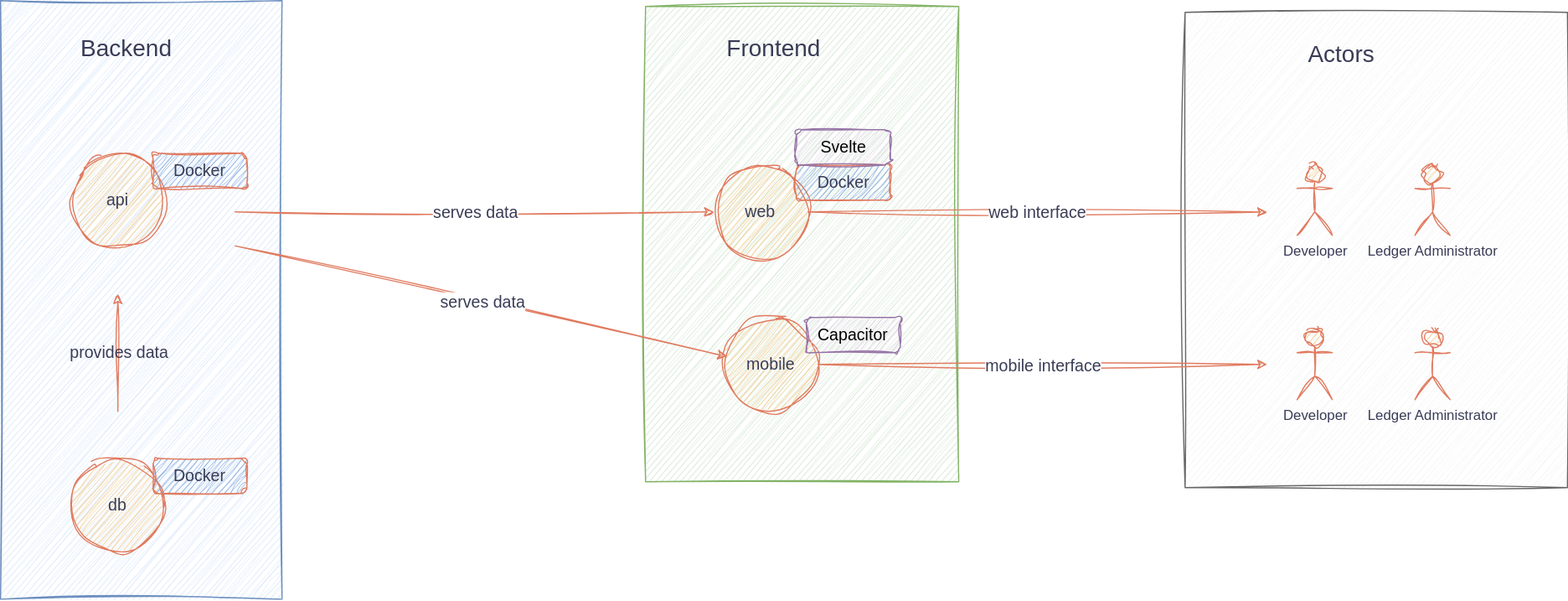
Earlier version of the draw.io export diagrams/Local.svg (bellanov/the-private-ledger). Source tidied: cells renumbered, new cells last; positions are measured from the earlier drawing's top-left corner, leaving out a move shared by most shapes.
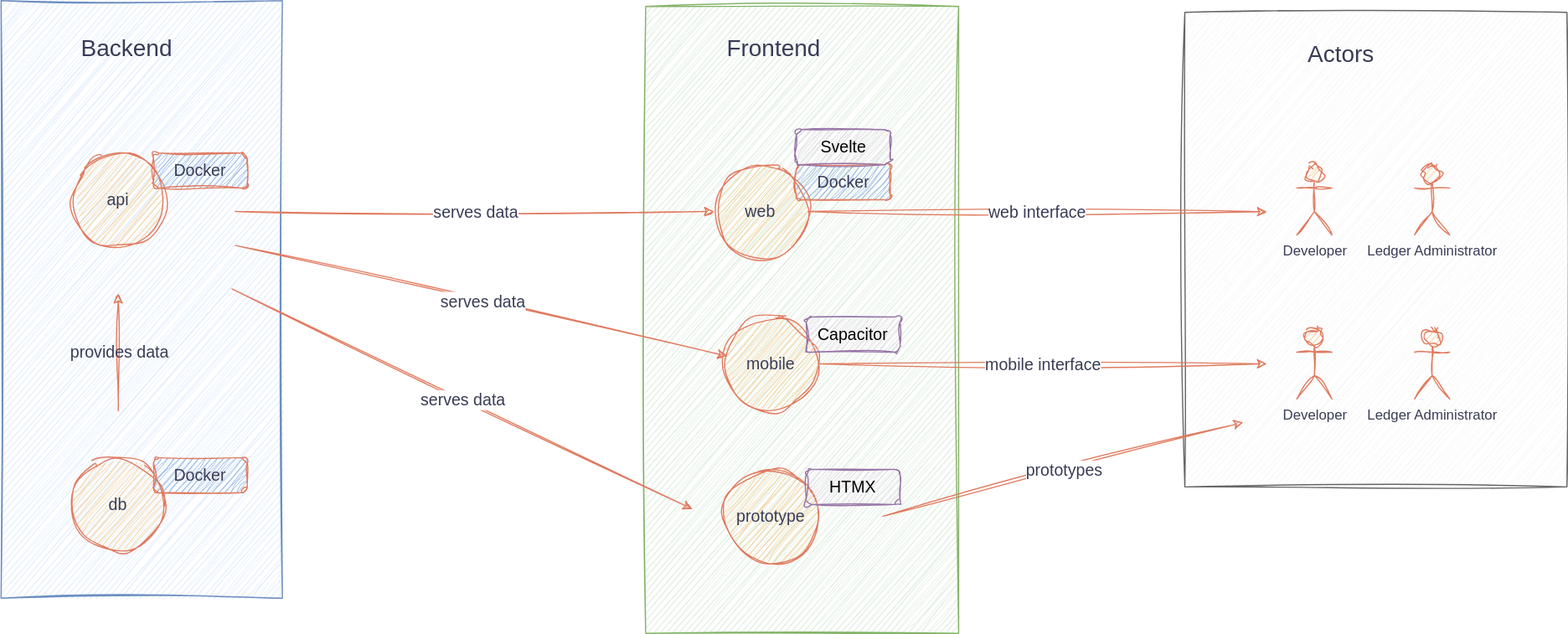
After the change.

What changed in the source:
```diff
@@ -9,7 +9,7 @@
       <mxGeometry width="240" height="510" as="geometry" />
     </mxCell>
     <mxCell id="4" style="rounded=0;whiteSpace=wrap;html=1;sketch=1;hachureGap=4;jiggle=2;curveFitting=1;strokeColor=#82b366;fontFamily=Helvetica;fillColor=#d5e8d4;" parent="1" vertex="1">
-      <mxGeometry x="550" y="5" width="267" height="405" as="geometry" />
+      <mxGeometry x="550" y="5" width="267" height="535" as="geometry" />
     </mxCell>
     <mxCell id="5" style="group;fontSize=12;labelBackgroundColor=none;fontColor=#393C56;fontFamily=Helvetica;" parent="1" vertex="1">
       <mxGeometry x="60" y="130" width="150" height="80" as="geometry" />
@@ -113,5 +113,30 @@
     <mxCell id="35" value="Svelte" style="rounded=1;whiteSpace=wrap;html=1;sketch=1;hachureGap=4;jiggle=2;curveFitting=1;fontFamily=Helvetica;fontSize=14;labelBackgroundColor=none;fillColor=#e1d5e7;strokeColor=#9673a6;" parent="31" vertex="1">
       <mxGeometry x="70" width="80" height="30" as="geometry" />
     </mxCell>
+    <mxCell id="36" style="group;fontSize=12;labelBackgroundColor=none;fontColor=#393C56;fontFamily=Helvetica;" parent="1" vertex="1">
+      <mxGeometry x="617" y="400" width="150" height="80" as="geometry" />
+    </mxCell>
+    <mxCell id="37" value="prototype" style="ellipse;whiteSpace=wrap;html=1;sketch=1;hachureGap=4;jiggle=2;curveFitting=1;fontFamily=Helvetica;fontSize=14;labelBackgroundColor=none;fillColor=#F2CC8F;strokeColor=#E07A5F;fontColor=#393C56;" parent="36" vertex="1">
+      <mxGeometry width="80" height="80" as="geometry" />
+    </mxCell>
+    <mxCell id="38" value="HTMX" style="rounded=1;whiteSpace=wrap;html=1;sketch=1;hachureGap=4;jiggle=2;curveFitting=1;fontFamily=Helvetica;fontSize=14;labelBackgroundColor=none;fillColor=#e1d5e7;strokeColor=#9673a6;" parent="36" vertex="1">
+      <mxGeometry x="70" width="80" height="30" as="geometry" />
+    </mxCell>
+    <mxCell id="39" style="endArrow=classic;html=1;rounded=0;sketch=1;hachureGap=4;jiggle=2;curveFitting=1;fontFamily=Helvetica;labelBackgroundColor=none;strokeColor=#E07A5F;fontColor=default;entryX=0.15;entryY=0.802;entryDx=0;entryDy=0;entryPerimeter=0;" parent="1" edge="1" target="4">
+      <mxGeometry relative="1" as="geometry">
+        <mxPoint x="197" y="246" as="sourcePoint" />
+      </mxGeometry>
+    </mxCell>
+    <mxCell id="40" value="serves data" style="edgeLabel;html=1;align=center;verticalAlign=middle;sketch=1;hachureGap=4;jiggle=2;curveFitting=1;fontFamily=Helvetica;labelBackgroundColor=default;fontColor=#393C56;fontSize=14;" parent="39" vertex="1">
+      <mxGeometry relative="1" as="geometry" />
+    </mxCell>
+    <mxCell id="41" style="endArrow=classic;html=1;rounded=0;sketch=1;hachureGap=4;jiggle=2;curveFitting=1;fontFamily=Helvetica;labelBackgroundColor=none;strokeColor=#E07A5F;fontColor=default;entryX=0.153;entryY=0.864;entryDx=0;entryDy=0;entryPerimeter=0;" parent="1" edge="1" target="2">
+      <mxGeometry relative="1" as="geometry">
+        <mxPoint x="752.5" y="440" as="sourcePoint" />
+      </mxGeometry>
+    </mxCell>
+    <mxCell id="42" value="prototypes" style="edgeLabel;html=1;align=center;verticalAlign=middle;sketch=1;hachureGap=4;jiggle=2;curveFitting=1;fontFamily=Helvetica;labelBackgroundColor=default;fontColor=#393C56;fontSize=14;" parent="41" vertex="1">
+      <mxGeometry relative="1" as="geometry" />
+    </mxCell>
   </root>
 </mxGraphModel>
```
